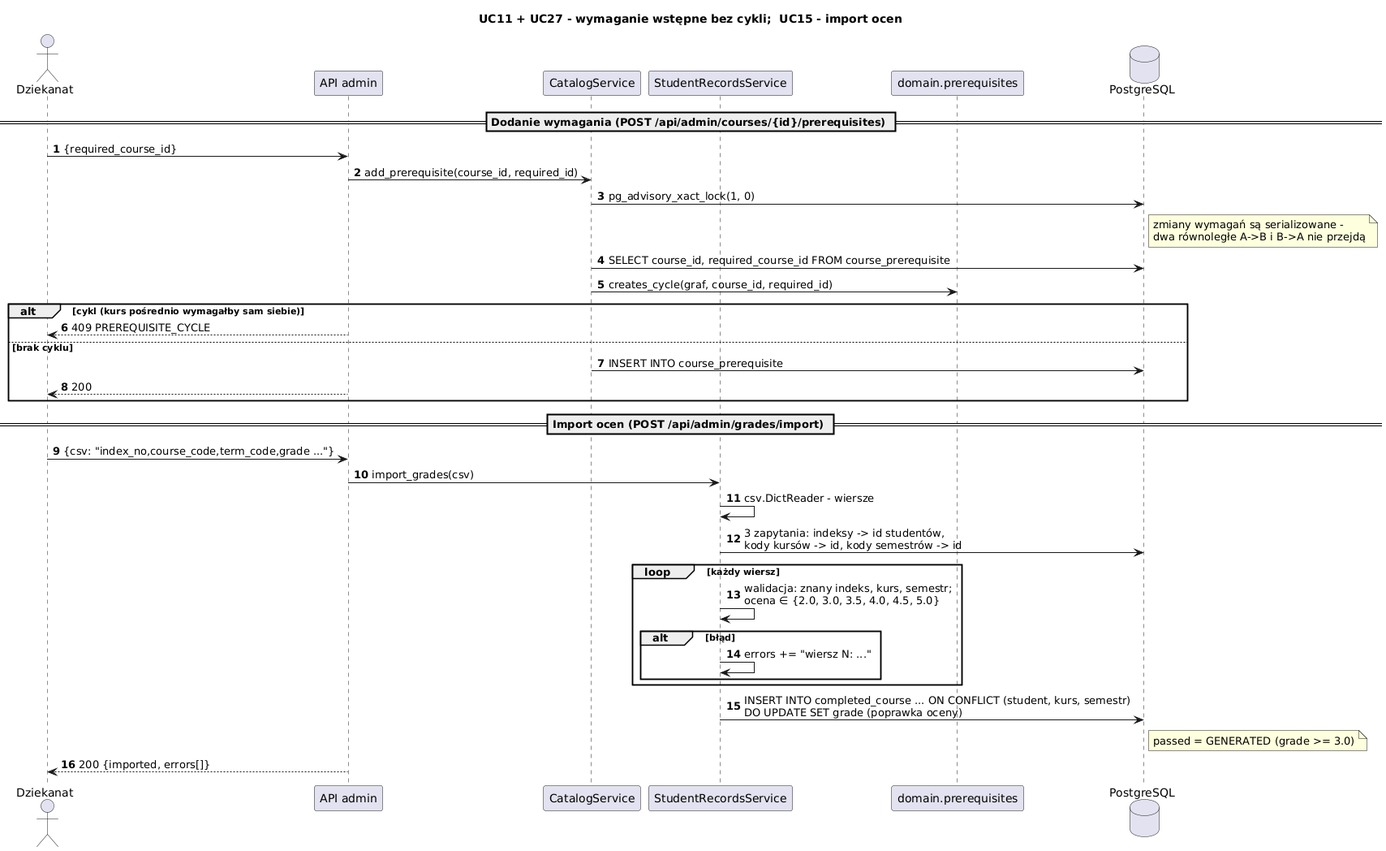
The PlantUML diagram etap3/diagramy/sekwencja_wymagania_import.png in Husaria55/USOSv2, before a commit. Its diagram source:
```plantuml
@startuml sekwencja_wymagania_import
title UC11 + UC27 - wymaganie wstępne bez cykli;  UC15 - import ocen
skinparam shadowing false
skinparam sequenceMessageAlign left
autonumber

actor Dziekanat
participant "API admin" as api
participant "CatalogService" as cat
participant "StudentRecordsService" as rec
participant "domain.prerequisites" as dom
database "PostgreSQL" as db

== Dodanie wymagania (POST /api/admin/courses/{id}/prerequisites) ==
Dziekanat -> api : {required_course_id}
api -> cat : add_prerequisite(course_id, required_id)
cat -> db : pg_advisory_xact_lock(1, 0)
note right of db : zmiany wymagań są serializowane -\ndwa równoległe A->B i B->A nie przejdą
cat -> db : SELECT course_id, required_course_id FROM course_prerequisite
cat -> dom : creates_cycle(graf, course_id, required_id)
alt cykl (kurs pośrednio wymagałby sam siebie)
  api --> Dziekanat : 409 PREREQUISITE_CYCLE
else brak cyklu
  cat -> db : INSERT INTO course_prerequisite
  api --> Dziekanat : 200
end

== Import ocen (POST /api/admin/grades/import) ==
Dziekanat -> api : {csv: "index_no,course_code,term_code,grade ..."}
api -> rec : import_grades(csv)
rec -> rec : csv.DictReader - wiersze
rec -> db : 3 zapytania: indeksy -> id studentów,\nkody kursów -> id, kody semestrów -> id
loop każdy wiersz
  rec -> rec : walidacja: znany indeks, kurs, semestr;\nocena ∈ {2.0, 3.0, 3.5, 4.0, 4.5, 5.0}
  alt błąd
    rec -> rec : errors += "wiersz N: ..."
  end
end
rec -> db : INSERT INTO completed_course ... ON CONFLICT (student, kurs, semestr)\nDO UPDATE SET grade (poprawka oceny)
note right of db : passed = GENERATED (grade >= 3.0)
api --> Dziekanat : 200 {imported, errors[]}
@enduml
```
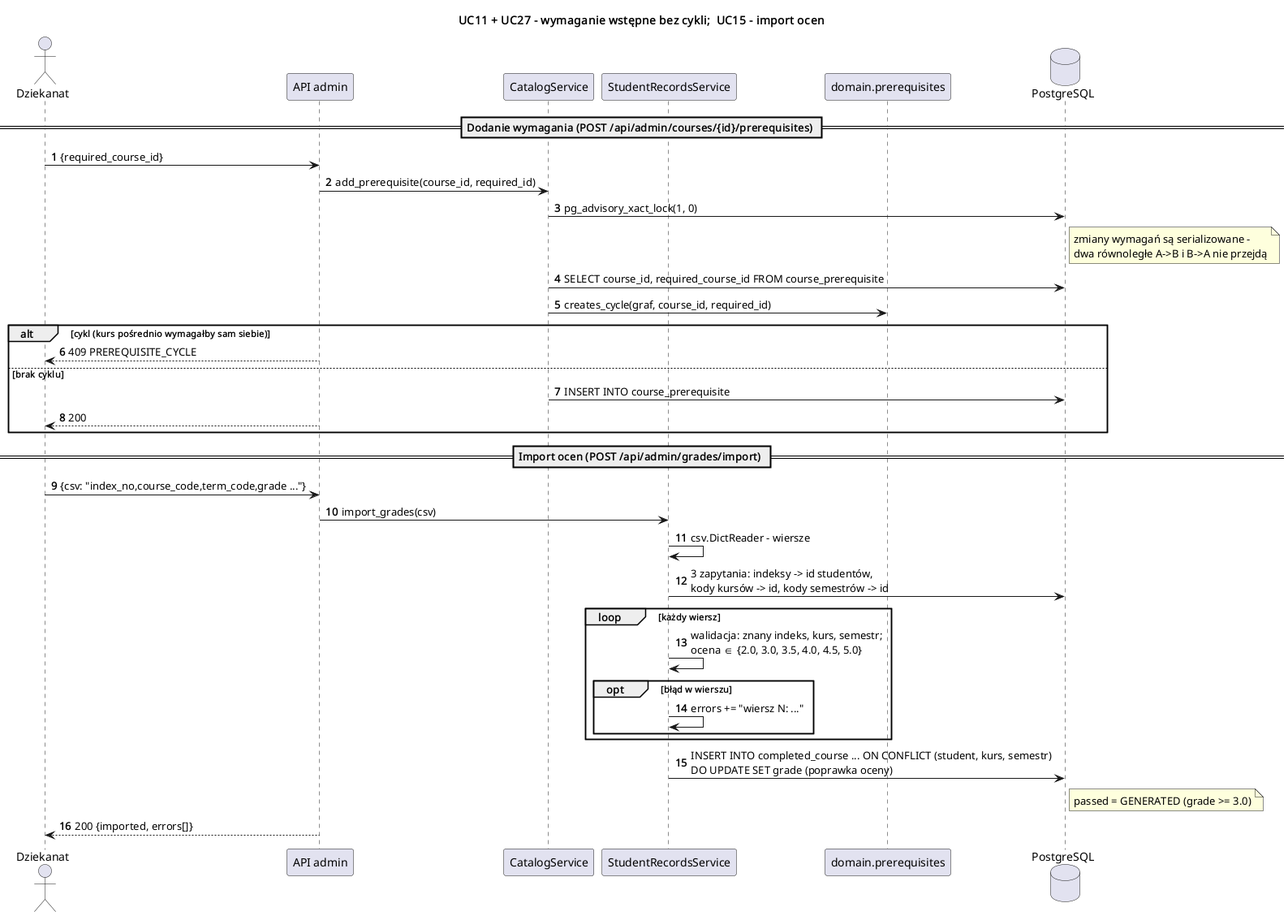
After the change.

Change to the diagram source:
```diff
@@ -32,7 +32,7 @@
 rec -> db : 3 zapytania: indeksy -> id studentów,\nkody kursów -> id, kody semestrów -> id
 loop każdy wiersz
   rec -> rec : walidacja: znany indeks, kurs, semestr;\nocena ∈ {2.0, 3.0, 3.5, 4.0, 4.5, 5.0}
-  alt błąd
+  opt błąd w wierszu
     rec -> rec : errors += "wiersz N: ..."
   end
 end
```
